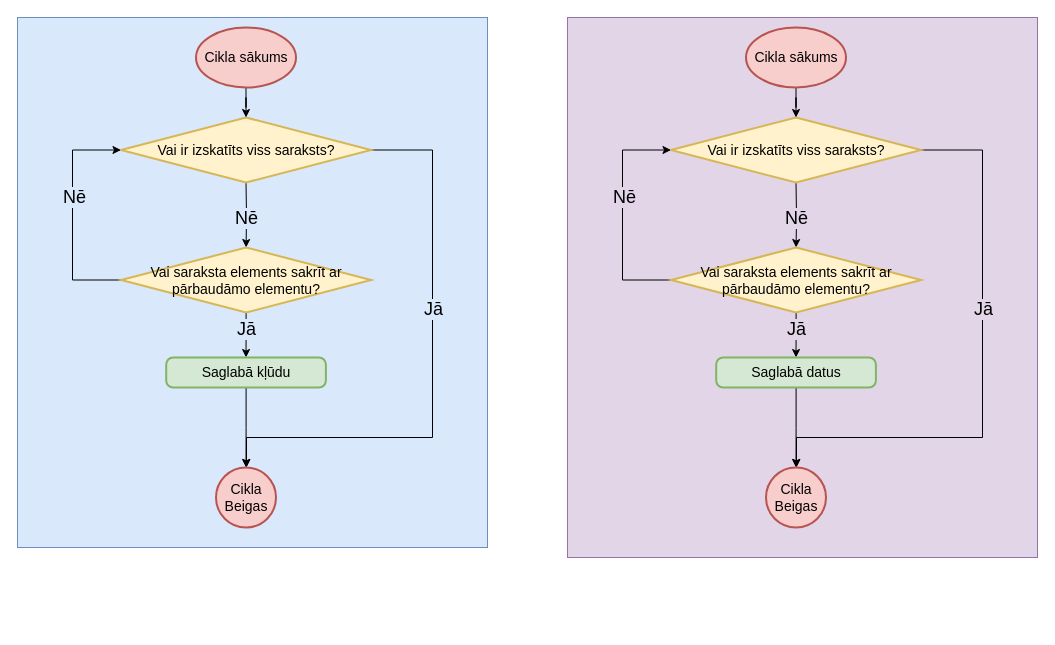
artiks12/webAppOS keeps this draw.io diagram as page "Cikli" (2 of 4) of src/Kvalifikacijas darbs/Diagrammas/Kompilators/Kompilators.drawio. Above is the earlier version. Source tidied: cells renumbered, new cells numbered last; positions are measured from the earlier drawing's top-left corner, leaving out a move shared by most shapes. Both pictures are drawn from the tidied source at 100%, with x=0, y=0 at pixel (17, 17).
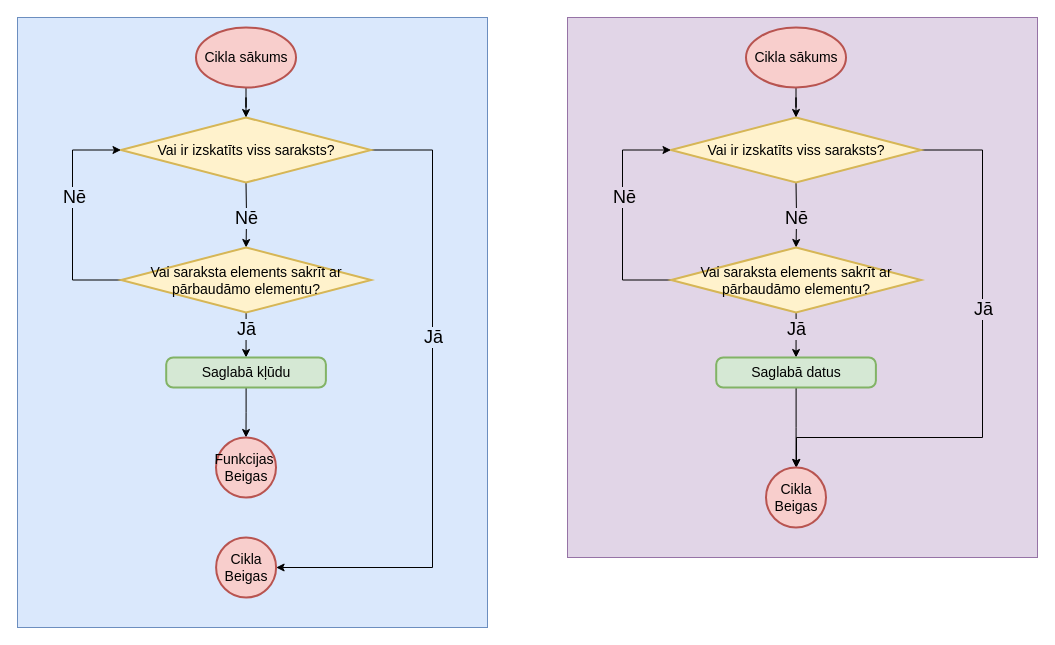
After the change.

Unchanged cells that the change refers to:
```xml
<mxCell id="8" value="Saglabā kļūdu" style="rounded=1;whiteSpace=wrap;html=1;absoluteArcSize=1;arcSize=14;strokeWidth=2;fontSize=14;fillColor=#d5e8d4;strokeColor=#82b366;" parent="1" vertex="1">
  <mxGeometry x="148.7" y="340" width="159.7" height="30" as="geometry" />
</mxCell>
<mxCell id="11" value="Vai ir izskatīts viss saraksts?" style="strokeWidth=2;html=1;shape=mxgraph.flowchart.decision;whiteSpace=wrap;fontSize=14;fillColor=#fff2cc;strokeColor=#d6b656;" parent="1" vertex="1">
  <mxGeometry x="103.5" y="100" width="250" height="65" as="geometry" />
</mxCell>
```

Diff of the diagram source:
```diff
@@
     <mxCell id="2" style="rounded=0;whiteSpace=wrap;html=1;fillColor=#DAE8FC;strokeColor=#6c8ebf;labelBackgroundColor=#DAE8FC;" parent="1" vertex="1">
-      <mxGeometry width="470" height="530" as="geometry" />
+      <mxGeometry width="470" height="610" as="geometry" />
     </mxCell>
@@
-    <mxCell id="7" style="edgeStyle=orthogonalEdgeStyle;rounded=0;jettySize=auto;html=1;entryX=0.5;entryY=0;entryDx=0;entryDy=0;entryPerimeter=0;fontSize=18;" parent="1" edge="1" source="8" target="15">
+    <mxCell id="7" style="edgeStyle=orthogonalEdgeStyle;rounded=0;jettySize=auto;html=1;entryX=0.5;entryY=0;entryDx=0;entryDy=0;entryPerimeter=0;fontSize=18;" parent="1" edge="1" source="8" target="34">
       <mxGeometry relative="1" as="geometry" />
     </mxCell>
@@
-    <mxCell id="9" style="edgeStyle=orthogonalEdgeStyle;rounded=0;jettySize=auto;html=1;exitX=1;exitY=0.5;exitDx=0;exitDy=0;exitPerimeter=0;fontSize=18;" parent="1" edge="1" source="11" target="15">
+    <mxCell id="9" style="edgeStyle=orthogonalEdgeStyle;rounded=0;jettySize=auto;html=1;exitX=1;exitY=0.5;exitDx=0;exitDy=0;exitPerimeter=0;fontSize=18;entryX=1;entryY=0.5;entryDx=0;entryDy=0;entryPerimeter=0;" parent="1" edge="1" source="11" target="15">
       <mxGeometry relative="1" as="geometry">
         <Array as="points">
           <mxPoint x="415" y="133" />
-          <mxPoint x="415" y="420" />
-          <mxPoint x="229" y="420" />
+          <mxPoint x="415" y="550" />
         </Array>
       </mxGeometry>
     </mxCell>
@@
     <mxCell id="15" value="Cikla&lt;br&gt;Beigas" style="strokeWidth=2;html=1;shape=mxgraph.flowchart.start_2;whiteSpace=wrap;fontSize=14;fillColor=#f8cecc;strokeColor=#b85450;" parent="1" vertex="1">
-      <mxGeometry x="198.5" y="450" width="60" height="60" as="geometry" />
+      <mxGeometry x="198.6" y="520" width="60" height="60" as="geometry" />
     </mxCell>
@@
+    <mxCell id="34" value="Funkcijas&amp;nbsp;&lt;br&gt;Beigas" style="strokeWidth=2;html=1;shape=mxgraph.flowchart.start_2;whiteSpace=wrap;fontSize=14;fillColor=#f8cecc;strokeColor=#b85450;" parent="1" vertex="1">
+      <mxGeometry x="198.5" y="420" width="60" height="60" as="geometry" />
+    </mxCell>
```
